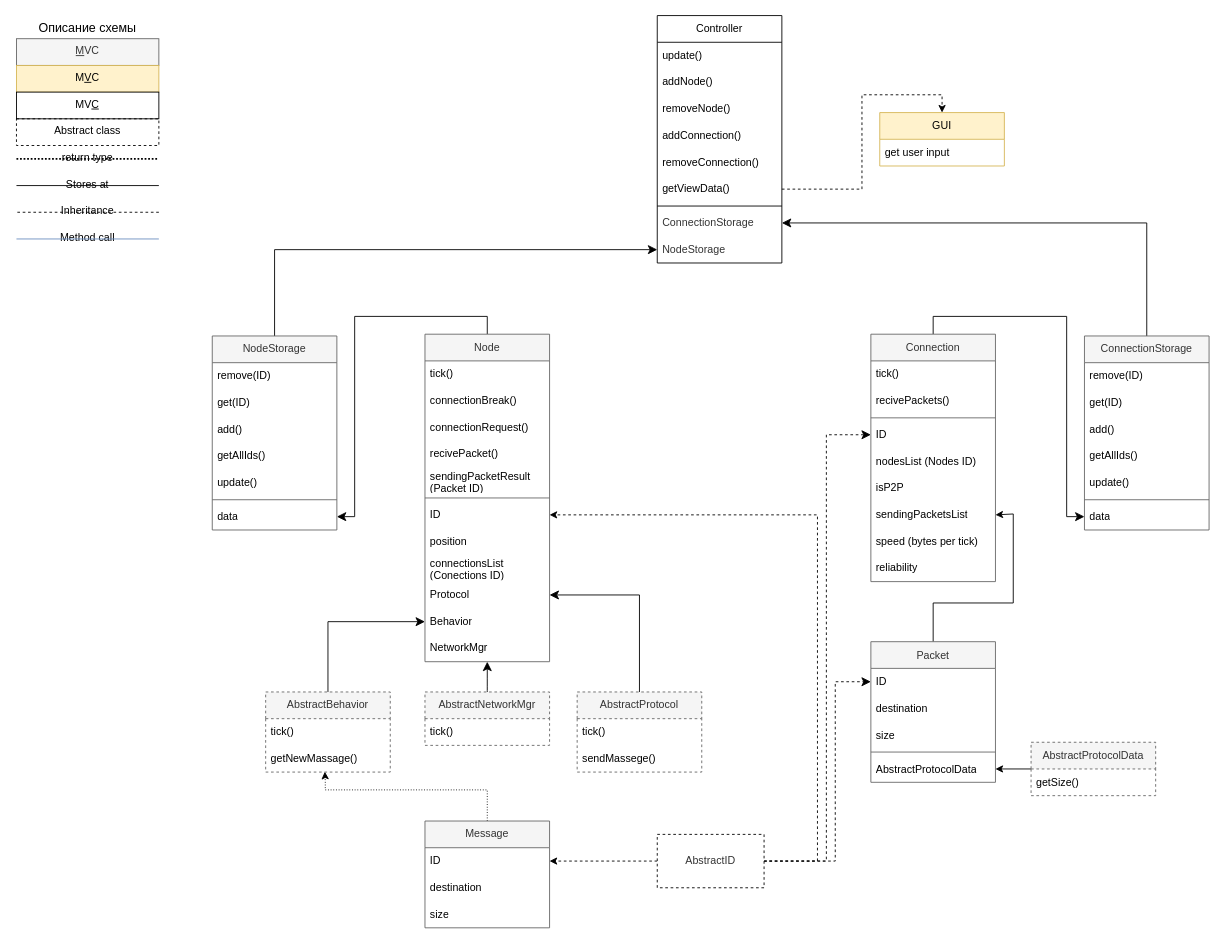
This is doc/MeshNet_v1.4.drawio from MAZASA-mzs/MeshNetwork, a draw.io file, before an edit. Source tidied: cells renumbered, new cells numbered last; positions are measured from the earlier drawing's top-left corner, leaving out a move shared by most shapes. Both pictures are drawn from the tidied source at 89%, with x=0, y=0 at pixel (16, 15).
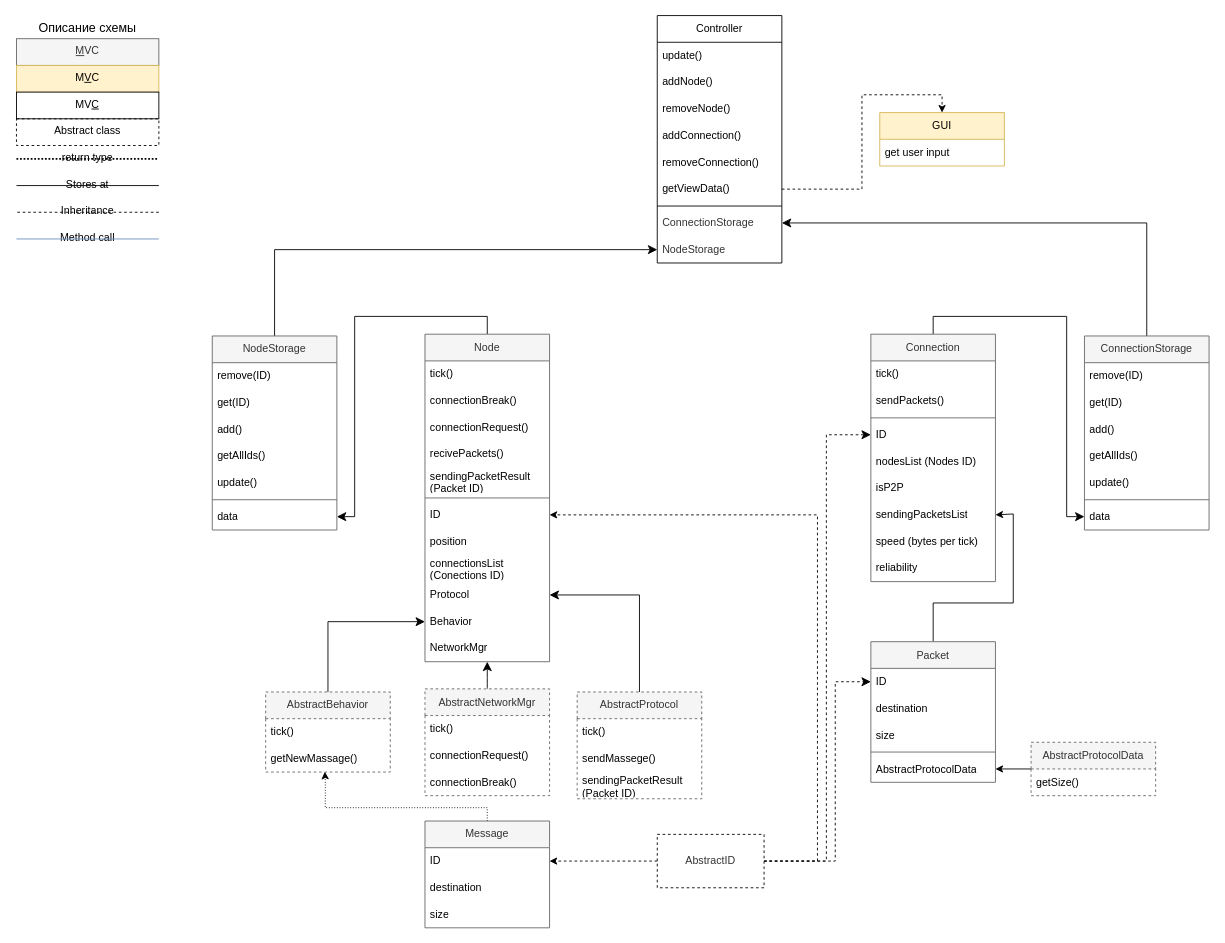
Above is the later version.

Unchanged cells that the change refers to:
```xml
<mxCell id="3" value="Node" style="swimlane;fontStyle=0;horizontal=1;startSize=30;whiteSpace=wrap;html=1;fillColor=#f5f5f5;fontColor=#333333;strokeColor=#666666;" parent="1" vertex="1">
  <mxGeometry x="459" y="358" width="140" height="368" as="geometry" />
</mxCell>
<mxCell id="17" value="Connection" style="swimlane;fontStyle=0;horizontal=1;startSize=30;whiteSpace=wrap;html=1;fillColor=#f5f5f5;fontColor=#333333;strokeColor=#666666;" parent="1" vertex="1">
  <mxGeometry x="960" y="358" width="140" height="278" as="geometry" />
</mxCell>
<mxCell id="34" value="getNewMassage()" style="text;strokeColor=none;fillColor=none;align=left;verticalAlign=middle;spacingLeft=4;spacingRight=4;overflow=hidden;points=[[0,0.5],[1,0.5]];portConstraint=eastwest;whiteSpace=wrap;html=1;" parent="32" vertex="1">
  <mxGeometry y="60" width="140" height="30" as="geometry" />
</mxCell>
<mxCell id="73" value="Message" style="swimlane;fontStyle=0;horizontal=1;startSize=30;whiteSpace=wrap;html=1;fillColor=#f5f5f5;fontColor=#333333;strokeColor=#666666;" parent="1" vertex="1">
  <mxGeometry x="459" y="905" width="140" height="120" as="geometry" />
</mxCell>
```

Change to the diagram source:
```diff
@@
-    <mxCell id="7" value="recivePacket()" style="text;strokeColor=none;fillColor=none;align=left;verticalAlign=middle;spacingLeft=4;spacingRight=4;overflow=hidden;whiteSpace=wrap;html=1;" parent="3" vertex="1">
+    <mxCell id="7" value="recivePackets()" style="text;strokeColor=none;fillColor=none;align=left;verticalAlign=middle;spacingLeft=4;spacingRight=4;overflow=hidden;whiteSpace=wrap;html=1;" parent="3" vertex="1">
       <mxGeometry y="120" width="140" height="30" as="geometry" />
     </mxCell>
@@
-    <mxCell id="19" value="recivePackets()" style="text;strokeColor=none;fillColor=none;align=left;verticalAlign=middle;spacingLeft=4;spacingRight=4;overflow=hidden;whiteSpace=wrap;html=1;" parent="17" vertex="1">
+    <mxCell id="19" value="sendPackets()" style="text;strokeColor=none;fillColor=none;align=left;verticalAlign=middle;spacingLeft=4;spacingRight=4;overflow=hidden;whiteSpace=wrap;html=1;" parent="17" vertex="1">
       <mxGeometry y="60" width="140" height="30" as="geometry" />
     </mxCell>
@@
     <mxCell id="28" value="AbstractProtocol" style="swimlane;fontStyle=0;horizontal=1;startSize=30;whiteSpace=wrap;html=1;dashed=1;fillColor=#f5f5f5;fontColor=#333333;strokeColor=#666666;" parent="1" vertex="1">
-      <mxGeometry x="630" y="760" width="140" height="90" as="geometry" />
+      <mxGeometry x="630" y="760" width="140" height="120" as="geometry" />
     </mxCell>
@@
+    <mxCell id="102" value="sendingPacketResult (Packet ID)" style="text;strokeColor=none;fillColor=none;align=left;verticalAlign=middle;spacingLeft=4;spacingRight=4;overflow=hidden;whiteSpace=wrap;html=1;" parent="28" vertex="1">
+      <mxGeometry y="90" width="140" height="30" as="geometry" />
+    </mxCell>
@@
     <mxCell id="72" style="edgeStyle=orthogonalEdgeStyle;rounded=0;jettySize=auto;html=1;entryX=0.475;entryY=0.987;entryDx=0;entryDy=0;entryPerimeter=0;dashed=1;dashPattern=1 2;" parent="1" edge="1" source="73" target="34">
       <mxGeometry relative="1" as="geometry">
         <Array as="points">
-          <mxPoint x="529" y="870" />
-          <mxPoint x="347" y="870" />
+          <mxPoint x="529" y="890" />
+          <mxPoint x="347" y="890" />
           <mxPoint x="347" y="860" />
         </Array>
       </mxGeometry>
     </mxCell>
@@
     <mxCell id="78" value="AbstractNetworkMgr" style="swimlane;fontStyle=0;horizontal=1;startSize=30;whiteSpace=wrap;html=1;dashed=1;fillColor=#f5f5f5;fontColor=#333333;strokeColor=#666666;" parent="1" vertex="1">
-      <mxGeometry x="459" y="760" width="140" height="60" as="geometry" />
+      <mxGeometry x="459" y="756.5" width="140" height="120" as="geometry" />
     </mxCell>
@@
+    <mxCell id="103" value="connectionRequest()" style="text;strokeColor=none;fillColor=none;align=left;verticalAlign=middle;spacingLeft=4;spacingRight=4;overflow=hidden;whiteSpace=wrap;html=1;" parent="78" vertex="1">
+      <mxGeometry y="60" width="140" height="30" as="geometry" />
+    </mxCell>
+    <mxCell id="104" value="connectionBreak()" style="text;strokeColor=none;fillColor=none;align=left;verticalAlign=middle;spacingLeft=4;spacingRight=4;overflow=hidden;whiteSpace=wrap;html=1;" parent="78" vertex="1">
+      <mxGeometry y="90" width="140" height="30" as="geometry" />
+    </mxCell>
```
